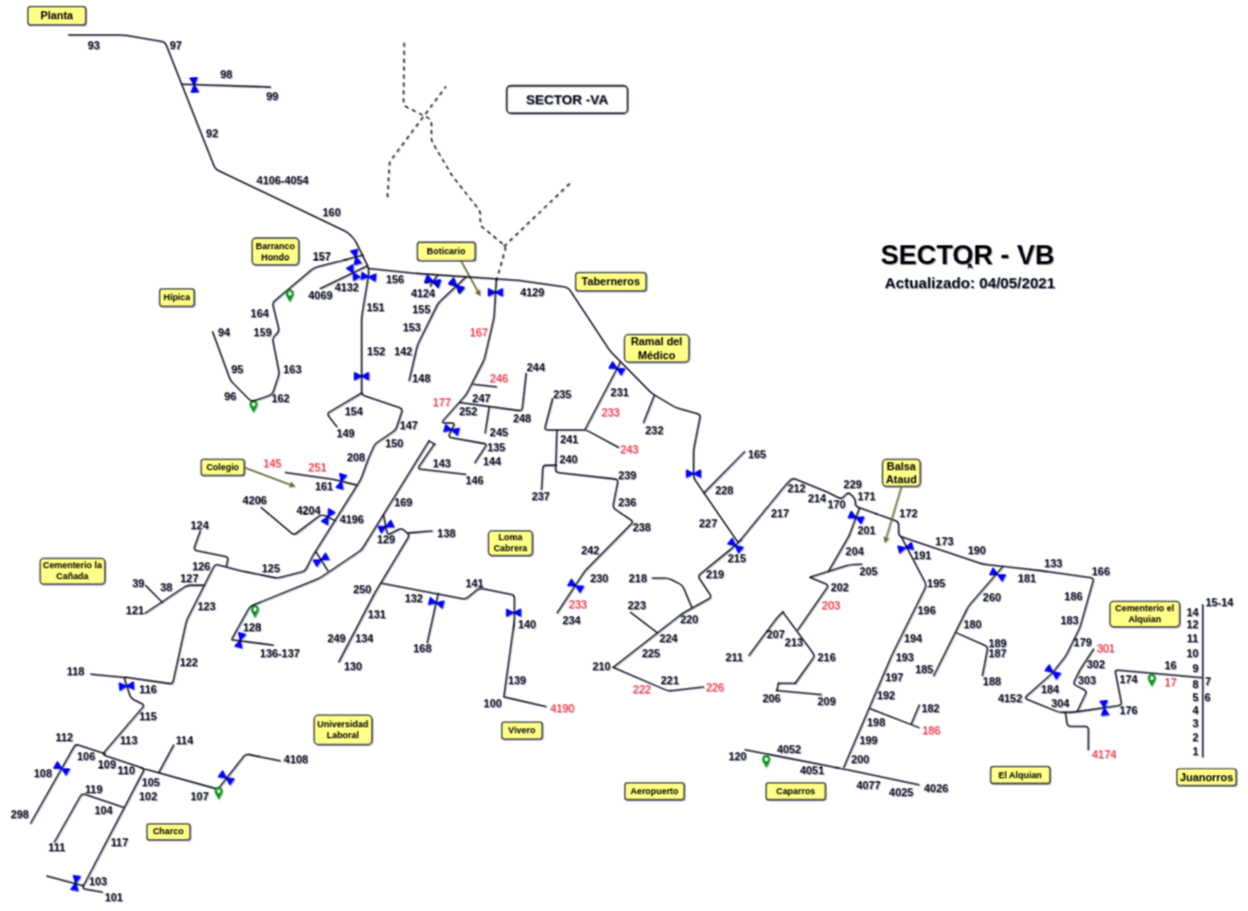
The draw.io diagram planos-drawio/plano_VB.drawio in cr4vegas-team/doc-cr4vegas-planos, before the edit. Source tidied: cells renumbered, new cells numbered last; positions are measured from the earlier drawing's top-left corner, leaving out a move shared by most shapes. Both pictures are drawn from the tidied source at 33%, with x=0, y=0 at pixel (6, 6).
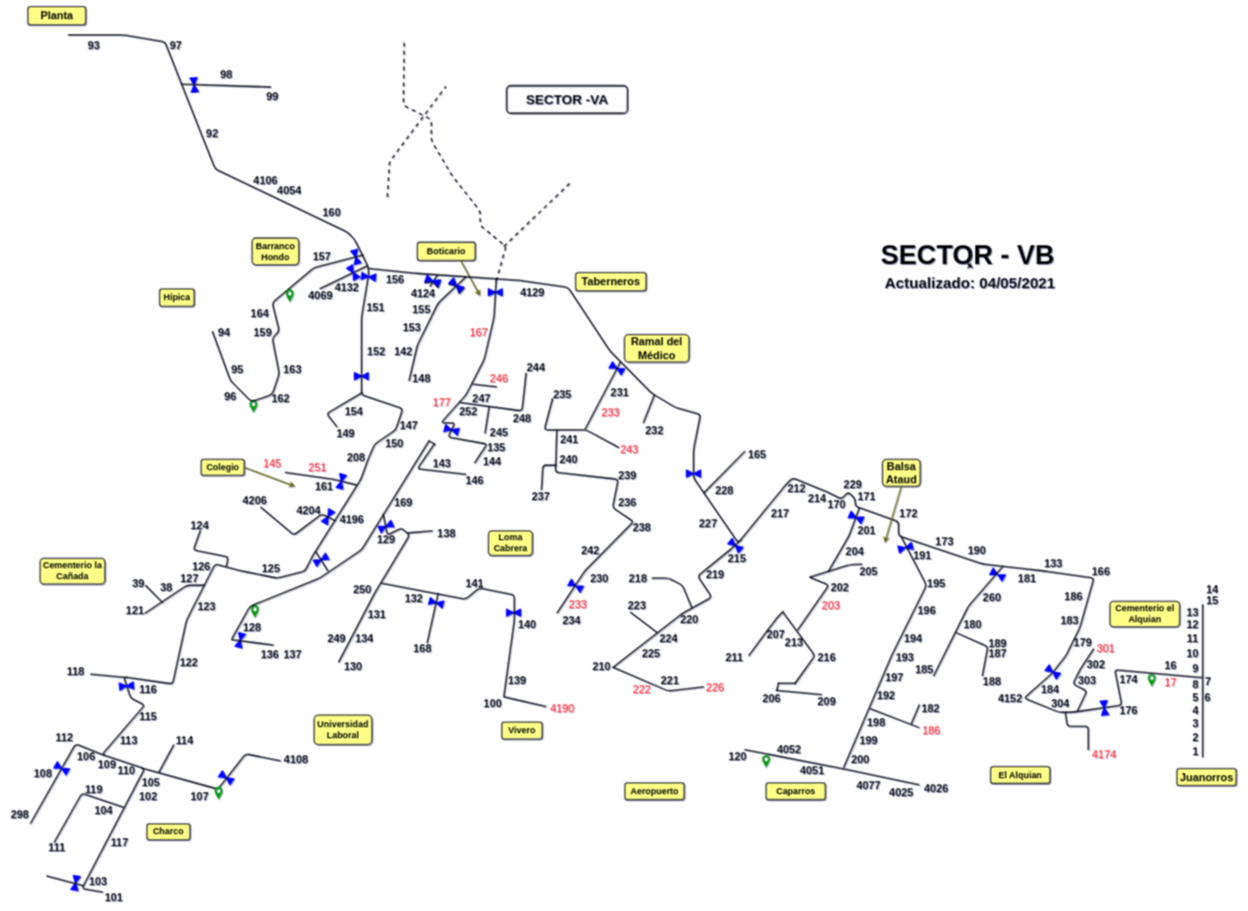
The same diagram, later.

Change to the diagram source:
```diff
@@
-    <mxCell id="16" value="4106-4054" style="text;html=1;strokeColor=none;fillColor=none;align=center;verticalAlign=middle;whiteSpace=wrap;fontSize=33;fontStyle=1;strokeWidth=4;rounded=1;" parent="1" vertex="1">
-      <mxGeometry x="743.9" y="504.7" width="190.2" height="42.8" as="geometry" />
+    <mxCell id="16" value="4106" style="text;html=1;strokeColor=none;fillColor=none;align=center;verticalAlign=middle;whiteSpace=wrap;fontSize=33;fontStyle=1;strokeWidth=4;rounded=1;" parent="1" vertex="1">
+      <mxGeometry x="743.9" y="504.6" width="86.1" height="42.8" as="geometry" />
     </mxCell>
@@
-    <mxCell id="139" value="15-14" style="text;html=1;strokeColor=none;fillColor=none;align=center;verticalAlign=middle;whiteSpace=wrap;fontSize=33;fontStyle=1;strokeWidth=4;rounded=1;" parent="1" vertex="1">
-      <mxGeometry x="3614" y="1785.5" width="126.8" height="42.8" as="geometry" />
+    <mxCell id="139" value="15" style="text;html=1;strokeColor=none;fillColor=none;align=center;verticalAlign=middle;whiteSpace=wrap;fontSize=33;fontStyle=1;strokeWidth=4;rounded=1;" parent="1" vertex="1">
+      <mxGeometry x="3627.8" y="1778.7" width="56" height="42.8" as="geometry" />
     </mxCell>
-    <mxCell id="140" value="14" style="text;html=1;strokeColor=none;fillColor=none;align=center;verticalAlign=middle;whiteSpace=wrap;fontSize=33;fontStyle=1;strokeWidth=4;rounded=1;" parent="1" vertex="1">
+    <mxCell id="140" value="13" style="text;html=1;strokeColor=none;fillColor=none;align=center;verticalAlign=middle;whiteSpace=wrap;fontSize=33;fontStyle=1;strokeWidth=4;rounded=1;" parent="1" vertex="1">
       <mxGeometry x="3548.5" y="1815.5" width="95.1" height="42.8" as="geometry" />
     </mxCell>
@@
     <mxCell id="256" style="endArrow=none;html=1;strokeWidth=4;fontSize=33;" parent="1" edge="1">
       <mxGeometry x="-990" y="20" as="geometry">
         <mxPoint x="74" y="2476.2" as="sourcePoint" />
-        <mxPoint x="302.2" y="2264.5" as="targetPoint" />
+        <mxPoint x="300" y="2270" as="targetPoint" />
         <Array as="points">
           <mxPoint x="211.3" y="2234.6" />
         </Array>
       </mxGeometry>
     </mxCell>
@@
-    <mxCell id="273" value="136-137" style="text;html=1;strokeColor=none;fillColor=none;align=center;verticalAlign=middle;whiteSpace=wrap;fontSize=33;fontStyle=1;strokeWidth=4;rounded=1;" parent="1" vertex="1">
-      <mxGeometry x="746.1" y="1937.4" width="169.1" height="42.8" as="geometry" />
+    <mxCell id="273" value="136" style="text;html=1;strokeColor=none;fillColor=none;align=center;verticalAlign=middle;whiteSpace=wrap;fontSize=33;fontStyle=1;strokeWidth=4;rounded=1;" parent="1" vertex="1">
+      <mxGeometry x="763" y="1941.6" width="74" height="42.8" as="geometry" />
     </mxCell>
@@
+    <mxCell id="328" value="4054" style="text;html=1;strokeColor=none;fillColor=none;align=center;verticalAlign=middle;whiteSpace=wrap;fontSize=33;fontStyle=1;strokeWidth=4;rounded=1;" parent="1" vertex="1">
+      <mxGeometry x="816.4" y="537" width="86.1" height="42.8" as="geometry" />
+    </mxCell>
+    <mxCell id="329" value="14" style="text;html=1;strokeColor=none;fillColor=none;align=center;verticalAlign=middle;whiteSpace=wrap;fontSize=33;fontStyle=1;strokeWidth=4;rounded=1;" parent="1" vertex="1">
+      <mxGeometry x="3627.8" y="1744.9" width="56" height="42.8" as="geometry" />
+    </mxCell>
+    <mxCell id="330" value="137" style="text;html=1;strokeColor=none;fillColor=none;align=center;verticalAlign=middle;whiteSpace=wrap;fontSize=33;fontStyle=1;strokeWidth=4;rounded=1;" parent="1" vertex="1">
+      <mxGeometry x="831.7" y="1941.6" width="74" height="42.8" as="geometry" />
+    </mxCell>
```
